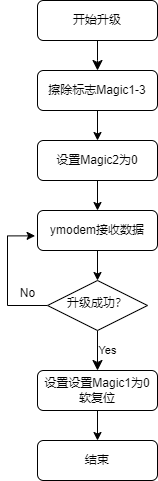
Before: docs/images/NewUpada1.png, a diagram exported from draw.io (Aladdin-Wang/MicroBoot). Source tidied: cells renumbered, new cells last; positions are measured from the earlier drawing's top-left corner, leaving out a move shared by most shapes.
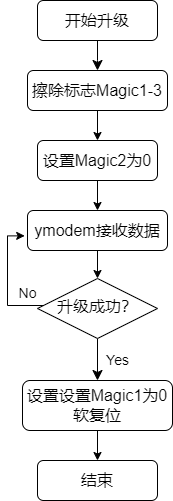
After the change.

Diff of the diagram source:
```diff
@@ -7,17 +7,17 @@
         <mxPoint x="90" y="70" as="targetPoint" />
       </mxGeometry>
     </mxCell>
-    <mxCell id="3" value="开始升级" style="rounded=1;whiteSpace=wrap;html=1;fontSize=12;glass=0;strokeWidth=1;shadow=0;" parent="1" vertex="1">
+    <mxCell id="3" value="&lt;font style=&quot;font-size: 16px;&quot;&gt;开始升级&lt;/font&gt;" style="rounded=1;whiteSpace=wrap;html=1;fontSize=12;glass=0;strokeWidth=1;shadow=0;" parent="1" vertex="1">
       <mxGeometry x="30" width="120" height="40" as="geometry" />
     </mxCell>
     <mxCell id="4" style="edgeStyle=orthogonalEdgeStyle;rounded=0;jettySize=auto;html=1;" parent="1" edge="1" source="5" target="12">
       <mxGeometry relative="1" as="geometry" />
     </mxCell>
-    <mxCell id="5" value="擦除标志Magic1-3" style="rounded=1;whiteSpace=wrap;html=1;fontSize=12;glass=0;strokeWidth=1;shadow=0;" parent="1" vertex="1">
-      <mxGeometry x="30" y="70" width="120" height="40" as="geometry" />
+    <mxCell id="5" value="&lt;font style=&quot;font-size: 16px;&quot;&gt;擦除标志Magic1-3&lt;/font&gt;" style="rounded=1;whiteSpace=wrap;html=1;fontSize=12;glass=0;strokeWidth=1;shadow=0;" parent="1" vertex="1">
+      <mxGeometry x="20" y="70" width="140" height="40" as="geometry" />
     </mxCell>
-    <mxCell id="6" value="Yes" style="rounded=0;html=1;jettySize=auto;fontSize=11;endArrow=classic;endFill=1;endSize=8;strokeWidth=1;shadow=0;labelBackgroundColor=none;edgeStyle=orthogonalEdgeStyle;" parent="1" edge="1" source="8" target="10">
-      <mxGeometry y="10" relative="1" as="geometry" />
+    <mxCell id="6" value="&lt;font style=&quot;font-size: 14px;&quot;&gt;Yes&lt;/font&gt;" style="rounded=0;html=1;jettySize=auto;fontSize=11;endArrow=classic;endFill=1;endSize=8;strokeWidth=1;shadow=0;labelBackgroundColor=none;edgeStyle=orthogonalEdgeStyle;" parent="1" edge="1" source="8" target="10">
+      <mxGeometry x="0.05" y="20" relative="1" as="geometry" />
     </mxCell>
     <mxCell id="7" style="edgeStyle=orthogonalEdgeStyle;rounded=0;jettySize=auto;html=1;entryX=-0.02;entryY=0.634;entryDx=0;entryDy=0;entryPerimeter=0;" parent="1" edge="1" source="8" target="15">
       <mxGeometry relative="1" as="geometry">
@@ -27,31 +27,31 @@
         </Array>
       </mxGeometry>
     </mxCell>
-    <mxCell id="8" value="升级成功&lt;span style=&quot;background-color: initial;&quot;&gt;？&lt;/span&gt;" style="rhombus;whiteSpace=wrap;html=1;shadow=0;fontFamily=Helvetica;fontSize=12;align=center;strokeWidth=1;spacing=6;spacingTop=-4;" parent="1" vertex="1">
-      <mxGeometry x="40" y="280" width="100" height="50" as="geometry" />
+    <mxCell id="8" value="&lt;font style=&quot;font-size: 16px;&quot;&gt;升级成功&lt;span style=&quot;background-color: initial;&quot;&gt;？&lt;/span&gt;&lt;/font&gt;" style="rhombus;whiteSpace=wrap;html=1;shadow=0;fontFamily=Helvetica;fontSize=12;align=center;strokeWidth=1;spacing=6;spacingTop=-4;" parent="1" vertex="1">
+      <mxGeometry x="30" y="278" width="120" height="60" as="geometry" />
     </mxCell>
     <mxCell id="9" style="edgeStyle=orthogonalEdgeStyle;rounded=0;jettySize=auto;html=1;" parent="1" edge="1" source="10" target="13">
       <mxGeometry relative="1" as="geometry" />
     </mxCell>
-    <mxCell id="10" value="设置设置Magic1为0&lt;div&gt;软复位&lt;/div&gt;" style="rounded=1;whiteSpace=wrap;html=1;fontSize=12;glass=0;strokeWidth=1;shadow=0;" parent="1" vertex="1">
-      <mxGeometry x="30" y="370" width="120" height="40" as="geometry" />
+    <mxCell id="10" value="&lt;font style=&quot;font-size: 16px;&quot;&gt;设置设置Magic1为0&lt;/font&gt;&lt;div style=&quot;font-size: 16px;&quot;&gt;&lt;font style=&quot;font-size: 16px;&quot;&gt;软复位&lt;/font&gt;&lt;/div&gt;" style="rounded=1;whiteSpace=wrap;html=1;fontSize=12;glass=0;strokeWidth=1;shadow=0;" parent="1" vertex="1">
+      <mxGeometry x="15" y="380" width="150" height="50" as="geometry" />
     </mxCell>
     <mxCell id="11" style="edgeStyle=orthogonalEdgeStyle;rounded=0;jettySize=auto;html=1;" parent="1" edge="1" source="12" target="15">
       <mxGeometry relative="1" as="geometry" />
     </mxCell>
-    <mxCell id="12" value="设置Magic2为0" style="rounded=1;whiteSpace=wrap;html=1;fontSize=12;glass=0;strokeWidth=1;shadow=0;" parent="1" vertex="1">
+    <mxCell id="12" value="&lt;font style=&quot;font-size: 16px;&quot;&gt;设置Magic2为0&lt;/font&gt;" style="rounded=1;whiteSpace=wrap;html=1;fontSize=12;glass=0;strokeWidth=1;shadow=0;" parent="1" vertex="1">
       <mxGeometry x="30" y="140" width="120" height="40" as="geometry" />
     </mxCell>
-    <mxCell id="13" value="结束" style="rounded=1;whiteSpace=wrap;html=1;fontSize=12;glass=0;strokeWidth=1;shadow=0;" parent="1" vertex="1">
-      <mxGeometry x="30" y="440" width="120" height="40" as="geometry" />
+    <mxCell id="13" value="&lt;font style=&quot;font-size: 16px;&quot;&gt;结束&lt;/font&gt;" style="rounded=1;whiteSpace=wrap;html=1;fontSize=12;glass=0;strokeWidth=1;shadow=0;" parent="1" vertex="1">
+      <mxGeometry x="30" y="460" width="120" height="40" as="geometry" />
     </mxCell>
     <mxCell id="14" style="edgeStyle=orthogonalEdgeStyle;rounded=0;jettySize=auto;html=1;" parent="1" edge="1" source="15" target="8">
       <mxGeometry relative="1" as="geometry" />
     </mxCell>
-    <mxCell id="15" value="ymodem接收数据" style="rounded=1;whiteSpace=wrap;html=1;" parent="1" vertex="1">
-      <mxGeometry x="30" y="210" width="120" height="40" as="geometry" />
+    <mxCell id="15" value="&lt;font style=&quot;font-size: 16px;&quot;&gt;ymodem接收数据&lt;/font&gt;" style="rounded=1;whiteSpace=wrap;html=1;" parent="1" vertex="1">
+      <mxGeometry x="20" y="210" width="140" height="40" as="geometry" />
     </mxCell>
-    <mxCell id="16" value="No" style="text;html=1;align=center;verticalAlign=middle;strokeColor=none;fillColor=none;" parent="1" vertex="1">
+    <mxCell id="16" value="&lt;font style=&quot;font-size: 14px;&quot;&gt;No&lt;/font&gt;" style="text;html=1;align=center;verticalAlign=middle;strokeColor=none;fillColor=none;" parent="1" vertex="1">
       <mxGeometry y="278" width="40" height="30" as="geometry" />
     </mxCell>
   </root>
```
